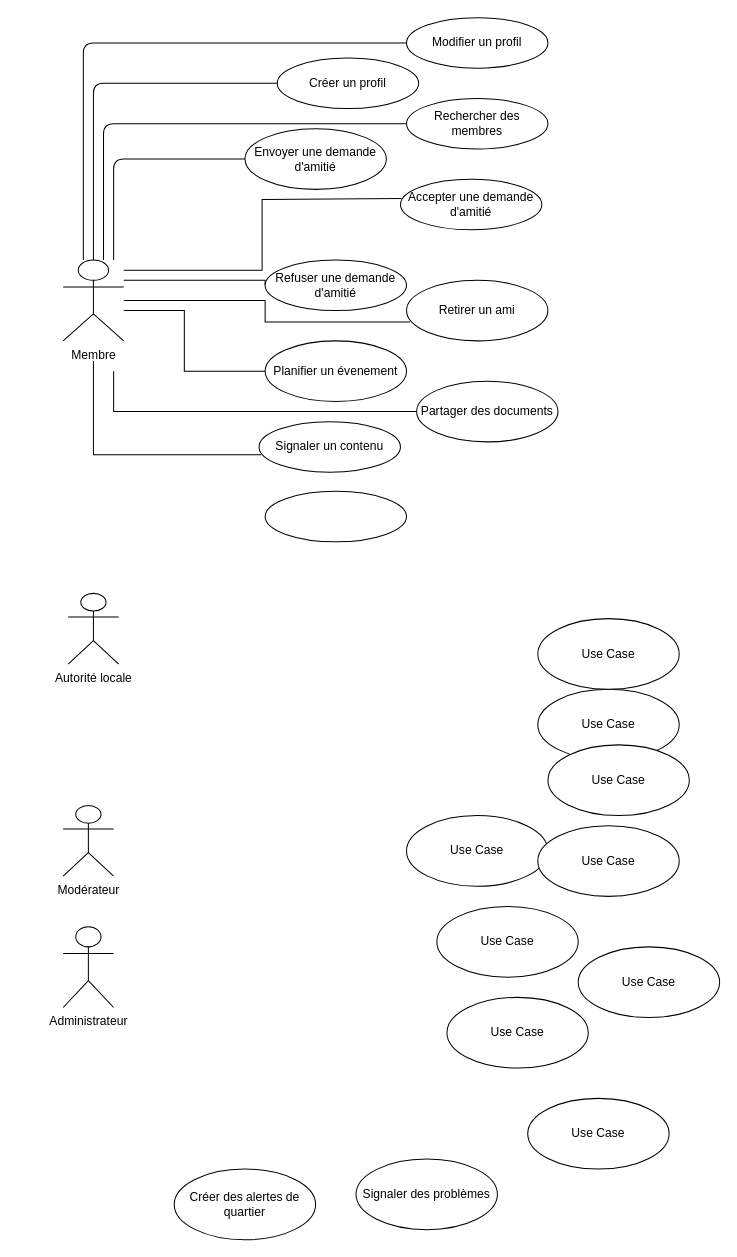
Adjaro/Projet_Poo keeps this draw.io diagram as Diagrammecasu.drawio. Above is the earlier version. Source tidied: cells renumbered, new cells numbered last; positions are measured from the earlier drawing's top-left corner, leaving out a move shared by most shapes. Both pictures are drawn from the tidied source at 101%, with x=0, y=0 at pixel (63, 17).
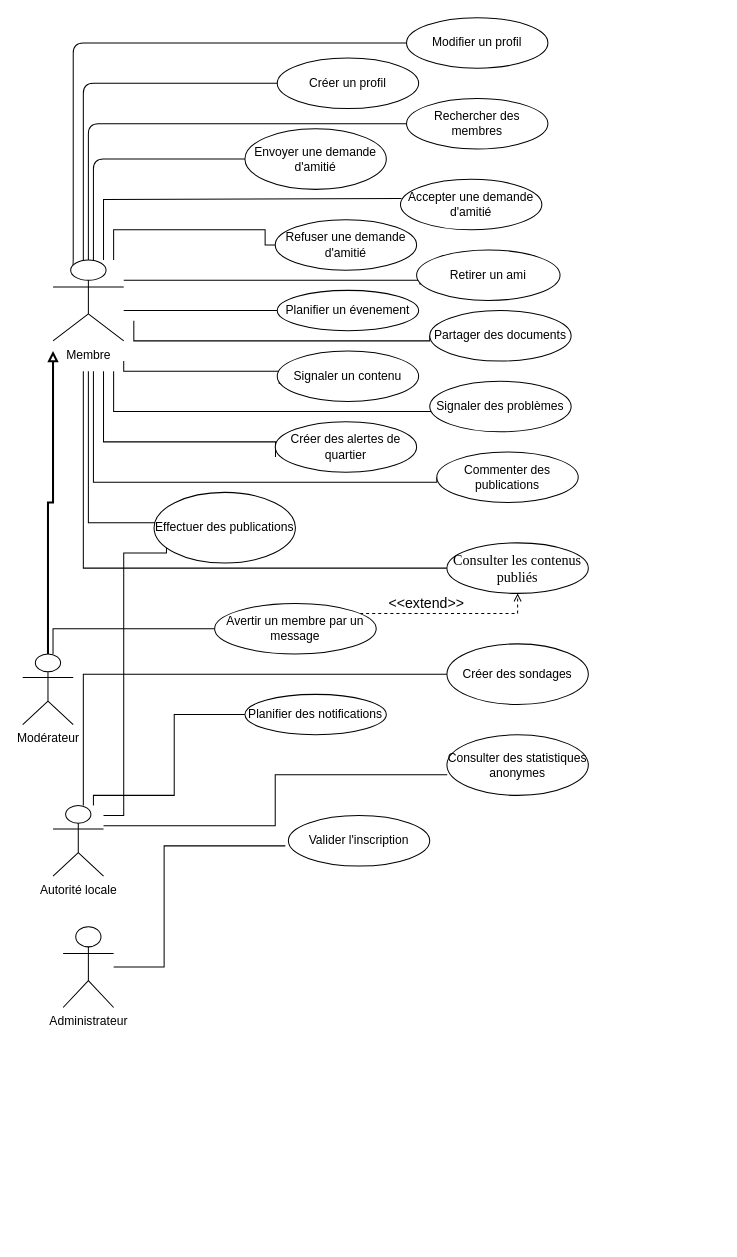
After the change.

Commit message:
Mettre à jour Diagrammecasu.drawio

Unchanged cells that the change refers to:
```xml
<mxCell id="15" value="Administrateur" style="shape=umlActor;verticalLabelPosition=bottom;verticalAlign=top;html=1;outlineConnect=0;" parent="1" vertex="1">
  <mxGeometry y="900" width="50" height="80" as="geometry" />
</mxCell>
<mxCell id="22" value="Accepter une demande d'amitié" style="ellipse;whiteSpace=wrap;html=1;" parent="1" vertex="1">
  <mxGeometry x="334" y="160" width="140" height="50" as="geometry" />
</mxCell>
<mxCell id="27" value="Modifier un profil" style="ellipse;whiteSpace=wrap;html=1;" parent="1" vertex="1">
  <mxGeometry x="340" width="140" height="50" as="geometry" />
</mxCell>
<mxCell id="31" value="Envoyer une demande d'amitié" style="ellipse;whiteSpace=wrap;html=1;" parent="1" vertex="1">
  <mxGeometry x="180" y="110" width="140" height="60" as="geometry" />
</mxCell>
<mxCell id="36" value="Rechercher des membres" style="ellipse;whiteSpace=wrap;html=1;" parent="1" vertex="1">
  <mxGeometry x="340" y="80" width="140" height="50" as="geometry" />
</mxCell>
<mxCell id="37" value="Créer un profil" style="ellipse;whiteSpace=wrap;html=1;" parent="1" vertex="1">
  <mxGeometry x="212" y="40" width="140" height="50" as="geometry" />
</mxCell>
```

Change to the diagram source:
```diff
@@
     <mxCell id="2" style="edgeStyle=orthogonalEdgeStyle;jettySize=auto;html=1;entryX=0;entryY=0.5;entryDx=0;entryDy=0;endArrow=none;endFill=0;rounded=1;" parent="1" edge="1" source="12" target="37">
       <mxGeometry relative="1" as="geometry">
         <Array as="points">
-          <mxPoint x="30" y="65" />
+          <mxPoint x="20" y="65" />
         </Array>
       </mxGeometry>
     </mxCell>
-    <mxCell id="3" style="edgeStyle=orthogonalEdgeStyle;rounded=1;jettySize=auto;html=1;entryX=0;entryY=0.5;entryDx=0;entryDy=0;endArrow=none;endFill=0;" parent="1" edge="1" source="12" target="27">
+    <mxCell id="3" style="edgeStyle=orthogonalEdgeStyle;rounded=1;jettySize=auto;html=1;entryX=0;entryY=0.5;entryDx=0;entryDy=0;endArrow=none;endFill=0;exitX=0.25;exitY=0.1;exitDx=0;exitDy=0;exitPerimeter=0;" parent="1" edge="1" source="12" target="27">
       <mxGeometry relative="1" as="geometry">
         <Array as="points">
-          <mxPoint x="20" y="25" />
+          <mxPoint x="10" y="248" />
+          <mxPoint x="10" y="25" />
         </Array>
       </mxGeometry>
     </mxCell>
     <mxCell id="4" style="edgeStyle=orthogonalEdgeStyle;rounded=1;jettySize=auto;html=1;entryX=0;entryY=0.5;entryDx=0;entryDy=0;endArrow=none;endFill=0;" parent="1" edge="1" source="12" target="36">
       <mxGeometry relative="1" as="geometry">
         <Array as="points">
-          <mxPoint x="40" y="105" />
+          <mxPoint x="25" y="105" />
         </Array>
       </mxGeometry>
     </mxCell>
-    <mxCell id="5" style="edgeStyle=orthogonalEdgeStyle;rounded=1;jettySize=auto;html=1;entryX=0;entryY=0.5;entryDx=0;entryDy=0;endArrow=none;endFill=0;" parent="1" edge="1" source="12" target="31">
+    <mxCell id="5" style="edgeStyle=orthogonalEdgeStyle;rounded=1;jettySize=auto;html=1;entryX=0;entryY=0.5;entryDx=0;entryDy=0;endArrow=none;endFill=0;" parent="1" edge="1" target="31">
       <mxGeometry relative="1" as="geometry">
+        <mxPoint x="30" y="240" as="sourcePoint" />
         <Array as="points">
-          <mxPoint x="50" y="140" />
+          <mxPoint x="30" y="230" />
+          <mxPoint x="30" y="140" />
         </Array>
       </mxGeometry>
     </mxCell>
     <mxCell id="6" style="edgeStyle=orthogonalEdgeStyle;rounded=0;jettySize=auto;html=1;entryX=0.007;entryY=0.38;entryDx=0;entryDy=0;entryPerimeter=0;endArrow=none;endFill=0;" parent="1" edge="1" source="12" target="22">
       <mxGeometry relative="1" as="geometry">
         <Array as="points">
-          <mxPoint x="197" y="250" />
-          <mxPoint x="197" y="180" />
+          <mxPoint x="40" y="180" />
         </Array>
       </mxGeometry>
     </mxCell>
     <mxCell id="7" style="edgeStyle=orthogonalEdgeStyle;rounded=0;jettySize=auto;html=1;entryX=0;entryY=0.5;entryDx=0;entryDy=0;endArrow=none;endFill=0;" parent="1" edge="1" source="12" target="18">
       <mxGeometry relative="1" as="geometry">
         <Array as="points">
-          <mxPoint x="200" y="260" />
+          <mxPoint x="50" y="210" />
+          <mxPoint x="200" y="210" />
+          <mxPoint x="200" y="225" />
         </Array>
       </mxGeometry>
     </mxCell>
     <mxCell id="8" style="edgeStyle=orthogonalEdgeStyle;rounded=0;jettySize=auto;html=1;entryX=0.024;entryY=0.69;entryDx=0;entryDy=0;entryPerimeter=0;endArrow=none;endFill=0;" parent="1" edge="1" source="12" target="17">
-      <mxGeometry relative="1" as="geometry" />
+      <mxGeometry relative="1" as="geometry">
+        <Array as="points">
+          <mxPoint x="353" y="260" />
+        </Array>
+      </mxGeometry>
     </mxCell>
     <mxCell id="9" style="edgeStyle=orthogonalEdgeStyle;rounded=0;jettySize=auto;html=1;entryX=0;entryY=0.5;entryDx=0;entryDy=0;endArrow=none;endFill=0;" parent="1" edge="1" source="12" target="35">
       <mxGeometry relative="1" as="geometry">
         <Array as="points">
-          <mxPoint x="120" y="290" />
-          <mxPoint x="120" y="350" />
+          <mxPoint x="160" y="290" />
+          <mxPoint x="160" y="290" />
         </Array>
       </mxGeometry>
     </mxCell>
     <mxCell id="10" style="edgeStyle=orthogonalEdgeStyle;rounded=0;jettySize=auto;html=1;endArrow=none;endFill=0;entryX=0;entryY=0.5;entryDx=0;entryDy=0;" parent="1" edge="1" target="34">
       <mxGeometry relative="1" as="geometry">
-        <mxPoint x="50" y="350" as="sourcePoint" />
+        <mxPoint x="70" y="300" as="sourcePoint" />
         <Array as="points">
-          <mxPoint x="50" y="350" />
-          <mxPoint x="50" y="390" />
+          <mxPoint x="70" y="320" />
+          <mxPoint x="363" y="320" />
         </Array>
       </mxGeometry>
     </mxCell>
     <mxCell id="11" style="edgeStyle=orthogonalEdgeStyle;rounded=0;jettySize=auto;html=1;endArrow=none;endFill=0;entryX=0.014;entryY=0.656;entryDx=0;entryDy=0;entryPerimeter=0;" parent="1" edge="1" target="29">
       <mxGeometry relative="1" as="geometry">
-        <mxPoint x="30" y="340" as="sourcePoint" />
+        <mxPoint x="60" y="340" as="sourcePoint" />
         <Array as="points">
-          <mxPoint x="30" y="433" />
+          <mxPoint x="60" y="350" />
+          <mxPoint x="214" y="350" />
         </Array>
       </mxGeometry>
     </mxCell>
+    <mxCell id="38" style="edgeStyle=orthogonalEdgeStyle;rounded=0;jettySize=auto;html=1;strokeWidth=1;endArrow=none;endFill=0;" parent="1" edge="1" target="26">
+      <mxGeometry relative="1" as="geometry">
+        <mxPoint x="50" y="350" as="sourcePoint" />
+        <Array as="points">
+          <mxPoint x="50" y="390" />
+        </Array>
+      </mxGeometry>
+    </mxCell>
+    <mxCell id="39" style="edgeStyle=orthogonalEdgeStyle;rounded=0;jettySize=auto;html=1;entryX=0.002;entryY=0.7;entryDx=0;entryDy=0;entryPerimeter=0;strokeWidth=1;endArrow=none;endFill=0;" parent="1" edge="1" target="23">
+      <mxGeometry relative="1" as="geometry">
+        <mxPoint x="40" y="350" as="sourcePoint" />
+        <Array as="points">
+          <mxPoint x="40" y="420" />
+          <mxPoint x="210" y="420" />
+        </Array>
+      </mxGeometry>
+    </mxCell>
+    <mxCell id="40" style="edgeStyle=orthogonalEdgeStyle;rounded=0;jettySize=auto;html=1;entryX=0;entryY=0.5;entryDx=0;entryDy=0;strokeWidth=1;endArrow=none;endFill=0;" parent="1" edge="1" target="19">
+      <mxGeometry relative="1" as="geometry">
+        <mxPoint x="30" y="350" as="sourcePoint" />
+        <Array as="points">
+          <mxPoint x="30" y="460" />
+          <mxPoint x="370" y="460" />
+        </Array>
+      </mxGeometry>
+    </mxCell>
+    <mxCell id="41" style="edgeStyle=orthogonalEdgeStyle;rounded=0;jettySize=auto;html=1;entryX=0;entryY=0.5;entryDx=0;entryDy=0;strokeWidth=1;fontSize=14;endArrow=none;endFill=0;" parent="1" edge="1" target="20">
+      <mxGeometry relative="1" as="geometry">
+        <mxPoint x="25" y="350" as="sourcePoint" />
+        <Array as="points">
+          <mxPoint x="25" y="500" />
+          <mxPoint x="212" y="500" />
+        </Array>
+      </mxGeometry>
+    </mxCell>
+    <mxCell id="42" style="edgeStyle=orthogonalEdgeStyle;rounded=0;jettySize=auto;html=1;entryX=0;entryY=0.5;entryDx=0;entryDy=0;strokeWidth=1;fontSize=14;endArrow=none;endFill=0;" parent="1" edge="1" target="33">
+      <mxGeometry relative="1" as="geometry">
+        <mxPoint x="20" y="350" as="sourcePoint" />
+        <Array as="points">
+          <mxPoint x="20" y="545" />
+        </Array>
+      </mxGeometry>
+    </mxCell>
     <mxCell id="12" value="Membre" style="shape=umlActor;verticalLabelPosition=bottom;verticalAlign=top;html=1;outlineConnect=0;" parent="1" vertex="1">
-      <mxGeometry y="240" width="60" height="80" as="geometry" />
+      <mxGeometry x="-10" y="240" width="70" height="80" as="geometry" />
     </mxCell>
+    <mxCell id="43" style="edgeStyle=orthogonalEdgeStyle;rounded=0;jettySize=auto;html=1;endArrow=block;endFill=0;strokeWidth=2;" parent="1" edge="1" source="13">
+      <mxGeometry relative="1" as="geometry">
+        <mxPoint x="-10" y="330" as="targetPoint" />
+        <Array as="points">
+          <mxPoint x="-15" y="480" />
+          <mxPoint x="-10" y="480" />
+        </Array>
+      </mxGeometry>
+    </mxCell>
+    <mxCell id="44" style="edgeStyle=orthogonalEdgeStyle;rounded=0;jettySize=auto;html=1;entryX=0;entryY=0.5;entryDx=0;entryDy=0;strokeWidth=1;fontSize=14;endArrow=none;endFill=0;" parent="1" edge="1" source="13" target="21">
+      <mxGeometry relative="1" as="geometry">
+        <Array as="points">
+          <mxPoint x="-10" y="605" />
+        </Array>
+      </mxGeometry>
+    </mxCell>
     <mxCell id="13" value="Modérateur" style="shape=umlActor;verticalLabelPosition=bottom;verticalAlign=top;html=1;outlineConnect=0;" parent="1" vertex="1">
-      <mxGeometry y="780" width="50" height="70" as="geometry" />
+      <mxGeometry x="-40" y="630" width="50" height="70" as="geometry" />
     </mxCell>
+    <mxCell id="45" style="edgeStyle=orthogonalEdgeStyle;rounded=0;jettySize=auto;html=1;entryX=0.088;entryY=0.787;entryDx=0;entryDy=0;entryPerimeter=0;strokeWidth=1;fontSize=14;endArrow=none;endFill=0;" parent="1" edge="1" source="14" target="20">
+      <mxGeometry relative="1" as="geometry">
+        <Array as="points">
+          <mxPoint x="60" y="790" />
+          <mxPoint x="60" y="530" />
+          <mxPoint x="102" y="530" />
+        </Array>
+      </mxGeometry>
+    </mxCell>
+    <mxCell id="46" style="edgeStyle=orthogonalEdgeStyle;rounded=0;jettySize=auto;html=1;entryX=0;entryY=0.5;entryDx=0;entryDy=0;strokeWidth=1;fontSize=14;endArrow=none;endFill=0;" parent="1" edge="1" source="14" target="30">
+      <mxGeometry relative="1" as="geometry">
+        <Array as="points">
+          <mxPoint x="20" y="650" />
+        </Array>
+      </mxGeometry>
+    </mxCell>
+    <mxCell id="47" style="edgeStyle=orthogonalEdgeStyle;rounded=0;jettySize=auto;html=1;entryX=0;entryY=0.5;entryDx=0;entryDy=0;strokeWidth=1;fontSize=14;endArrow=none;endFill=0;" parent="1" edge="1" source="14" target="16">
+      <mxGeometry relative="1" as="geometry">
+        <Array as="points">
+          <mxPoint x="30" y="770" />
+          <mxPoint x="110" y="770" />
+          <mxPoint x="110" y="690" />
+        </Array>
+      </mxGeometry>
+    </mxCell>
+    <mxCell id="48" style="edgeStyle=orthogonalEdgeStyle;rounded=0;jettySize=auto;html=1;entryX=0.002;entryY=0.659;entryDx=0;entryDy=0;entryPerimeter=0;strokeWidth=1;fontSize=14;endArrow=none;endFill=0;" parent="1" edge="1" source="14" target="32">
+      <mxGeometry relative="1" as="geometry">
+        <Array as="points">
+          <mxPoint x="210" y="800" />
+          <mxPoint x="210" y="750" />
+        </Array>
+      </mxGeometry>
+    </mxCell>
+    <mxCell id="49" style="edgeStyle=orthogonalEdgeStyle;rounded=0;jettySize=auto;html=1;strokeWidth=1;fontSize=14;endArrow=none;endFill=0;" parent="1" edge="1" source="15">
+      <mxGeometry relative="1" as="geometry">
+        <mxPoint x="220" y="820" as="targetPoint" />
+        <Array as="points">
+          <mxPoint x="100" y="940" />
+          <mxPoint x="100" y="820" />
+        </Array>
+      </mxGeometry>
+    </mxCell>
     <mxCell id="14" value="Autorité locale" style="shape=umlActor;verticalLabelPosition=bottom;verticalAlign=top;html=1;outlineConnect=0;" parent="1" vertex="1">
-      <mxGeometry x="5" y="570" width="50" height="70" as="geometry" />
+      <mxGeometry x="-10" y="780" width="50" height="70" as="geometry" />
     </mxCell>
@@
-    <mxCell id="16" value="Use Case" style="ellipse;whiteSpace=wrap;html=1;" parent="1" vertex="1">
-      <mxGeometry x="340" y="790" width="140" height="70" as="geometry" />
+    <mxCell id="16" value="Planifier des notifications" style="ellipse;whiteSpace=wrap;html=1;" parent="1" vertex="1">
+      <mxGeometry x="180" y="670" width="140" height="40" as="geometry" />
     </mxCell>
     <mxCell id="17" value="Retirer un ami" style="ellipse;whiteSpace=wrap;html=1;" parent="1" vertex="1">
-      <mxGeometry x="340" y="260" width="140" height="60" as="geometry" />
+      <mxGeometry x="350" y="230" width="142" height="50" as="geometry" />
     </mxCell>
     <mxCell id="18" value="Refuser une demande d'amitié" style="ellipse;whiteSpace=wrap;html=1;" parent="1" vertex="1">
-      <mxGeometry x="200" y="240" width="140" height="50" as="geometry" />
+      <mxGeometry x="210" y="200" width="140" height="50" as="geometry" />
     </mxCell>
-    <mxCell id="19" value="Use Case" style="ellipse;whiteSpace=wrap;html=1;" parent="1" vertex="1">
-      <mxGeometry x="470" y="665" width="140" height="70" as="geometry" />
+    <mxCell id="19" value="Commenter des publications" style="ellipse;whiteSpace=wrap;html=1;" parent="1" vertex="1">
+      <mxGeometry x="370" y="430" width="140" height="50" as="geometry" />
     </mxCell>
-    <mxCell id="20" value="Use Case" style="ellipse;whiteSpace=wrap;html=1;" parent="1" vertex="1">
-      <mxGeometry x="470" y="595" width="140" height="70" as="geometry" />
+    <mxCell id="20" value="Effectuer des publications" style="ellipse;whiteSpace=wrap;html=1;" parent="1" vertex="1">
+      <mxGeometry x="90" y="470" width="140" height="70" as="geometry" />
     </mxCell>
+    <mxCell id="50" style="edgeStyle=orthogonalEdgeStyle;rounded=0;jettySize=auto;html=1;dashed=1;strokeWidth=1;fontSize=14;endArrow=open;endFill=0;" parent="1" edge="1" source="21" target="33">
+      <mxGeometry relative="1" as="geometry">
+        <Array as="points">
+          <mxPoint x="450" y="590" />
+        </Array>
+      </mxGeometry>
+    </mxCell>
-    <mxCell id="21" value="Use Case" style="ellipse;whiteSpace=wrap;html=1;" parent="1" vertex="1">
-      <mxGeometry x="480" y="720" width="140" height="70" as="geometry" />
+    <mxCell id="21" value="Avertir un membre par un message" style="ellipse;whiteSpace=wrap;html=1;" parent="1" vertex="1">
+      <mxGeometry x="150" y="580" width="160" height="50" as="geometry" />
     </mxCell>
@@
     <mxCell id="23" value="Créer des alertes de quartier" style="ellipse;whiteSpace=wrap;html=1;" parent="1" vertex="1">
-      <mxGeometry x="110" y="1140" width="140" height="70" as="geometry" />
+      <mxGeometry x="210" y="400" width="140" height="50" as="geometry" />
     </mxCell>
-    <mxCell id="24" value="Use Case" style="ellipse;whiteSpace=wrap;html=1;" parent="1" vertex="1">
-      <mxGeometry x="510" y="920" width="140" height="70" as="geometry" />
-    </mxCell>
-    <mxCell id="25" value="Use Case" style="ellipse;whiteSpace=wrap;html=1;" parent="1" vertex="1">
-      <mxGeometry x="460" y="1070" width="140" height="70" as="geometry" />
-    </mxCell>
     <mxCell id="26" value="Signaler des problèmes" style="ellipse;whiteSpace=wrap;html=1;" parent="1" vertex="1">
-      <mxGeometry x="290" y="1130" width="140" height="70" as="geometry" />
+      <mxGeometry x="363" y="360" width="140" height="50" as="geometry" />
     </mxCell>
@@
-    <mxCell id="28" value="Use Case" style="ellipse;whiteSpace=wrap;html=1;" parent="1" vertex="1">
-      <mxGeometry x="380" y="970" width="140" height="70" as="geometry" />
+    <mxCell id="28" value="Valider l'inscription" style="ellipse;whiteSpace=wrap;html=1;" parent="1" vertex="1">
+      <mxGeometry x="223" y="790" width="140" height="50" as="geometry" />
     </mxCell>
     <mxCell id="29" value="Signaler un contenu" style="ellipse;whiteSpace=wrap;html=1;" parent="1" vertex="1">
-      <mxGeometry x="194" y="400" width="140" height="50" as="geometry" />
+      <mxGeometry x="212" y="330" width="140" height="50" as="geometry" />
     </mxCell>
-    <mxCell id="30" value="Use Case" style="ellipse;whiteSpace=wrap;html=1;" parent="1" vertex="1">
-      <mxGeometry x="470" y="800" width="140" height="70" as="geometry" />
+    <mxCell id="30" value="Créer des sondages&lt;span id=&quot;docs-internal-guid-23791aef-7fff-9aef-de96-399cec2bebd8&quot;&gt;&lt;/span&gt;" style="ellipse;whiteSpace=wrap;html=1;" parent="1" vertex="1">
+      <mxGeometry x="380" y="620" width="140" height="60" as="geometry" />
     </mxCell>
@@
-    <mxCell id="32" value="Use Case" style="ellipse;whiteSpace=wrap;html=1;" parent="1" vertex="1">
-      <mxGeometry x="370" y="880" width="140" height="70" as="geometry" />
+    <mxCell id="32" value="Consulter des statistiques anonymes" style="ellipse;whiteSpace=wrap;html=1;" parent="1" vertex="1">
+      <mxGeometry x="380" y="710" width="140" height="60" as="geometry" />
     </mxCell>
-    <mxCell id="33" style="ellipse;whiteSpace=wrap;html=1;" parent="1" vertex="1">
-      <mxGeometry x="200" y="469" width="140" height="50" as="geometry" />
+    <mxCell id="33" value="&lt;p style=&quot;line-height:1.295;margin-top:12pt;margin-bottom:12pt;&quot; dir=&quot;ltr&quot;&gt;&lt;/p&gt;&lt;div&gt;&lt;/div&gt;&lt;span style=&quot;font-family: &amp;quot;Times New Roman&amp;quot;; background-color: transparent; font-variant-numeric: normal; font-variant-east-asian: normal; vertical-align: baseline; font-size: 14px;&quot;&gt;&lt;font style=&quot;font-size: 14px;&quot;&gt;Consulter les contenus publiés&lt;/font&gt;&lt;/span&gt;&lt;p style=&quot;font-size: 14px;&quot;&gt;&lt;/p&gt;&lt;font style=&quot;font-size: 14px;&quot;&gt;&lt;span id=&quot;docs-internal-guid-a20ea616-7fff-8c4e-8c6b-fa20bed5b29d&quot;&gt;&lt;/span&gt;&lt;/font&gt;" style="ellipse;whiteSpace=wrap;html=1;" parent="1" vertex="1">
+      <mxGeometry x="380" y="520" width="140" height="50" as="geometry" />
     </mxCell>
     <mxCell id="34" value="Partager des documents" style="ellipse;whiteSpace=wrap;html=1;" parent="1" vertex="1">
-      <mxGeometry x="350" y="360" width="140" height="60" as="geometry" />
+      <mxGeometry x="363" y="290" width="140" height="50" as="geometry" />
     </mxCell>
     <mxCell id="35" value="Planifier un évenement" style="ellipse;whiteSpace=wrap;html=1;" parent="1" vertex="1">
-      <mxGeometry x="200" y="320" width="140" height="60" as="geometry" />
+      <mxGeometry x="212" y="270" width="140" height="40" as="geometry" />
     </mxCell>
@@
+    <mxCell id="51" value="&amp;lt;&amp;lt;extend&amp;gt;&amp;gt;" style="text;html=1;strokeColor=none;fillColor=none;align=center;verticalAlign=middle;whiteSpace=wrap;rounded=0;fontSize=14;" parent="1" vertex="1">
+      <mxGeometry x="330" y="570" width="60" height="20" as="geometry" />
+    </mxCell>
```
